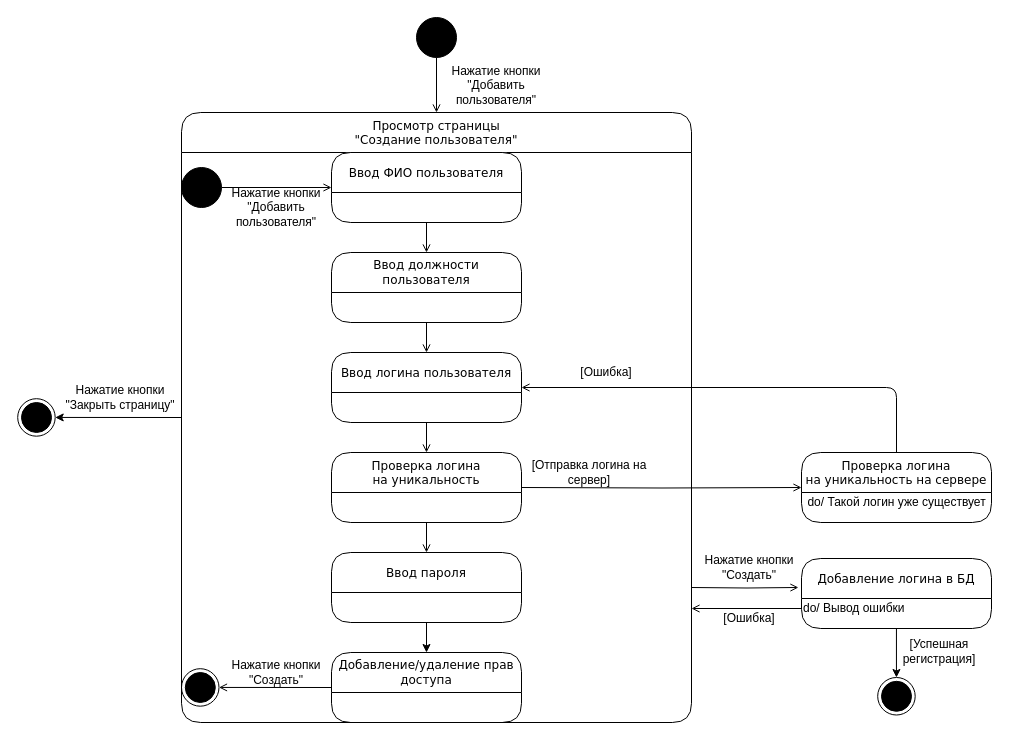
Above: Курсач/Draw io/Диаграмма автоматов «Создание пользователя».drawio in JolyBin/-Study (draw.io), before the change. Source tidied: cells renumbered, new cells numbered last; positions are measured from the earlier drawing's top-left corner, leaving out a move shared by most shapes. Both pictures are drawn from the tidied source at 100%, with x=0, y=0 at pixel (17, 17).
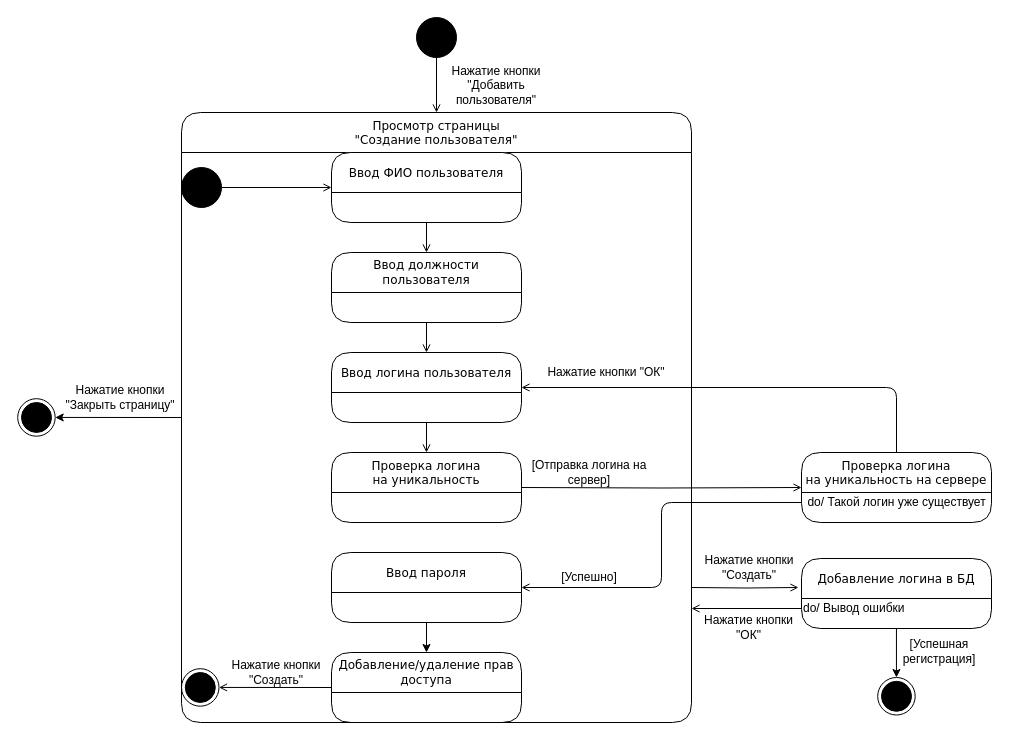
The same page after the edit.

The change refers to these unchanged cells:
```xml
<mxCell id="4" style="group;" parent="3" vertex="1">
  <mxGeometry y="40" width="510" height="570" as="geometry" />
</mxCell>
<mxCell id="18" value="Проверка логина&#10;на уникальность" style="swimlane;fontStyle=0;horizontal=1;startSize=40;swimlaneFillColor=none;align=center;rounded=1;shadow=0;comic=0;labelBackgroundColor=none;strokeWidth=1;fontFamily=Verdana;fontSize=12;swimlaneLine=1;arcSize=16;" parent="4" vertex="1">
  <mxGeometry x="150" y="300" width="190" height="70" as="geometry" />
</mxCell>
<mxCell id="20" value="Ввод пароля" style="swimlane;fontStyle=0;horizontal=1;startSize=40;swimlaneFillColor=none;align=center;rounded=1;shadow=0;comic=0;labelBackgroundColor=none;strokeWidth=1;fontFamily=Verdana;fontSize=12;swimlaneLine=1;arcSize=16;" parent="4" vertex="1">
  <mxGeometry x="150" y="400" width="190" height="70" as="geometry" />
</mxCell>
<mxCell id="50" value="do/ Такой логин уже существует" style="text;html=1;align=center;verticalAlign=middle;points=[];fontColor=none;" parent="49" vertex="1">
  <mxGeometry y="40" width="190" height="20" as="geometry" />
</mxCell>
```

Change to the diagram source:
```diff
@@
-    <mxCell id="5" value="Нажатие кнопки &quot;Добавить пользователя&quot;" style="text;html=1;strokeColor=none;fillColor=none;align=center;verticalAlign=middle;whiteSpace=wrap;rounded=0;" parent="4" vertex="1">
-      <mxGeometry x="30" y="45" width="130" height="20" as="geometry" />
-    </mxCell>
+    <mxCell id="51" value="[Успешно]" style="text;html=1;strokeColor=none;fillColor=none;align=center;verticalAlign=middle;whiteSpace=wrap;rounded=0;" parent="4" vertex="1">
+      <mxGeometry x="343.3" y="415" width="130" height="20" as="geometry" />
+    </mxCell>
@@
-    <mxCell id="21" style="edgeStyle=orthogonalEdgeStyle;rounded=0;jettySize=auto;html=1;entryX=0.5;entryY=0;entryDx=0;entryDy=0;fontColor=none;endArrow=open;endFill=0;" parent="4" edge="1" source="18" target="20">
-      <mxGeometry relative="1" as="geometry" />
-    </mxCell>
@@
-    <mxCell id="23" value="[Ошибка]" style="text;html=1;strokeColor=none;fillColor=none;align=center;verticalAlign=middle;whiteSpace=wrap;rounded=0;" parent="4" vertex="1">
+    <mxCell id="23" value="Нажатие кнопки &quot;ОК&quot;" style="text;html=1;strokeColor=none;fillColor=none;align=center;verticalAlign=middle;whiteSpace=wrap;rounded=0;" parent="4" vertex="1">
       <mxGeometry x="360" y="210" width="130" height="20" as="geometry" />
     </mxCell>
@@
-    <mxCell id="44" value="[Ошибка]" style="text;html=1;strokeColor=none;fillColor=none;align=center;verticalAlign=middle;whiteSpace=wrap;rounded=0;" parent="1" vertex="1">
-      <mxGeometry x="667" y="591" width="130" height="20" as="geometry" />
+    <mxCell id="44" value="Нажатие кнопки &quot;ОК&quot;" style="text;html=1;strokeColor=none;fillColor=none;align=center;verticalAlign=middle;whiteSpace=wrap;rounded=0;" parent="1" vertex="1">
+      <mxGeometry x="673" y="600" width="117" height="20" as="geometry" />
     </mxCell>
@@
+    <mxCell id="52" style="edgeStyle=orthogonalEdgeStyle;rounded=1;jettySize=auto;html=1;entryX=1;entryY=0.5;entryDx=0;entryDy=0;endArrow=open;endFill=0;" parent="1" edge="1" source="50" target="20">
+      <mxGeometry relative="1" as="geometry" />
+    </mxCell>
```
